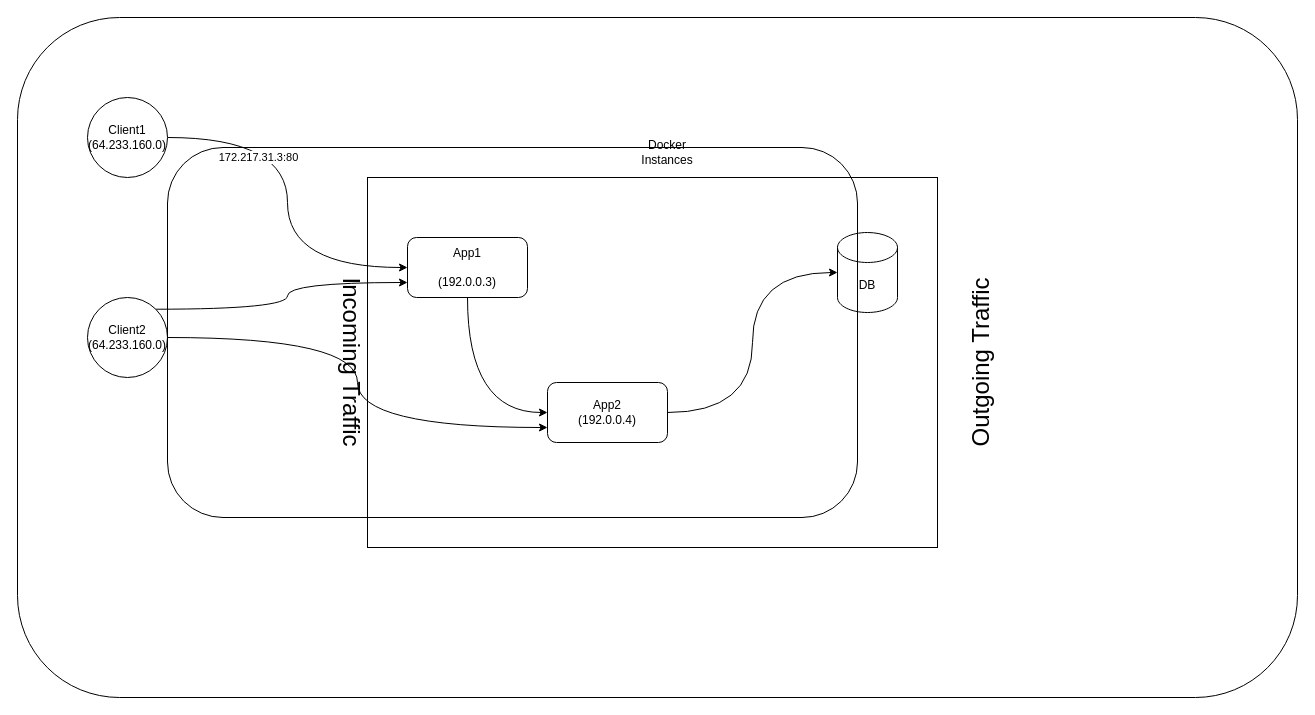
Before: analysis/drawio/traffic-page-mockup.drawio in vladtf/containerization-tool, a draw.io diagram. Source tidied: cells renumbered, new cells numbered last; positions are measured from the earlier drawing's top-left corner, leaving out a move shared by most shapes. Both pictures are drawn from the tidied source at 100%, with x=0, y=0 at pixel (17, 17).
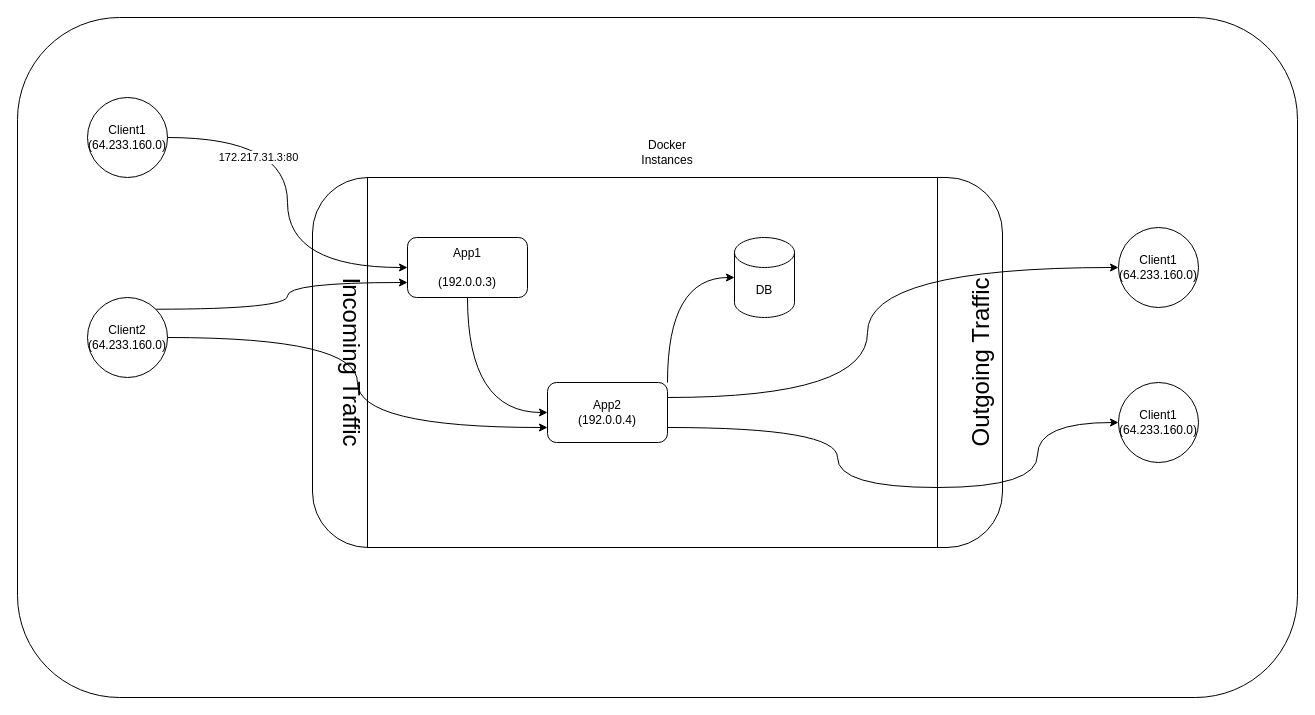
The same page after the edit.

Unchanged cells that the change refers to:
```xml
<mxCell id="12" value="App2&lt;br&gt;(192.0.0.4)" style="rounded=1;whiteSpace=wrap;html=1;" parent="1" vertex="1">
  <mxGeometry x="530" y="365" width="120" height="60" as="geometry" />
</mxCell>
```

Change to the diagram source:
```diff
@@
+    <mxCell id="17" style="rounded=1;whiteSpace=wrap;html=1;fillColor=none;" parent="1" vertex="1">
+      <mxGeometry x="295" y="160" width="690" height="370" as="geometry" />
+    </mxCell>
@@
-    <mxCell id="11" style="edgeStyle=orthogonalEdgeStyle;rounded=0;jettySize=auto;html=1;exitX=1;exitY=0.5;exitDx=0;exitDy=0;entryX=0;entryY=0.5;entryDx=0;entryDy=0;entryPerimeter=0;curved=1;" parent="1" edge="1" source="12" target="13">
+    <mxCell id="11" style="edgeStyle=orthogonalEdgeStyle;rounded=0;jettySize=auto;html=1;exitX=1;exitY=0;exitDx=0;exitDy=0;entryX=0;entryY=0.5;entryDx=0;entryDy=0;entryPerimeter=0;curved=1;" parent="1" edge="1" source="12" target="13">
       <mxGeometry relative="1" as="geometry" />
     </mxCell>
+    <mxCell id="18" style="edgeStyle=orthogonalEdgeStyle;rounded=0;jettySize=auto;html=1;exitX=1;exitY=0.25;exitDx=0;exitDy=0;entryX=0;entryY=0.5;entryDx=0;entryDy=0;curved=1;" parent="1" edge="1" source="12" target="20">
+      <mxGeometry relative="1" as="geometry">
+        <Array as="points">
+          <mxPoint x="850" y="380" />
+          <mxPoint x="850" y="250" />
+        </Array>
+      </mxGeometry>
+    </mxCell>
+    <mxCell id="19" style="edgeStyle=orthogonalEdgeStyle;rounded=0;jettySize=auto;html=1;exitX=1;exitY=0.75;exitDx=0;exitDy=0;entryX=0;entryY=0.5;entryDx=0;entryDy=0;curved=1;" parent="1" edge="1" source="12" target="21">
+      <mxGeometry relative="1" as="geometry">
+        <Array as="points">
+          <mxPoint x="820" y="410" />
+          <mxPoint x="820" y="470" />
+          <mxPoint x="1020" y="470" />
+          <mxPoint x="1020" y="405" />
+        </Array>
+      </mxGeometry>
+    </mxCell>
@@
     <mxCell id="13" value="DB" style="shape=cylinder3;whiteSpace=wrap;html=1;boundedLbl=1;backgroundOutline=1;size=15;" parent="1" vertex="1">
-      <mxGeometry x="820" y="215" width="60" height="80" as="geometry" />
+      <mxGeometry x="717" y="220" width="60" height="80" as="geometry" />
     </mxCell>
@@
-    <mxCell id="17" style="rounded=1;whiteSpace=wrap;html=1;fillColor=none;" parent="1" vertex="1">
-      <mxGeometry x="150" y="130" width="690" height="370" as="geometry" />
-    </mxCell>
+    <mxCell id="20" value="Client1&lt;br&gt;(64.233.160.0)" style="ellipse;whiteSpace=wrap;html=1;" parent="1" vertex="1">
+      <mxGeometry x="1101" y="210" width="80" height="80" as="geometry" />
+    </mxCell>
+    <mxCell id="21" value="Client1&lt;br&gt;(64.233.160.0)" style="ellipse;whiteSpace=wrap;html=1;" parent="1" vertex="1">
+      <mxGeometry x="1101" y="365" width="80" height="80" as="geometry" />
+    </mxCell>
```
